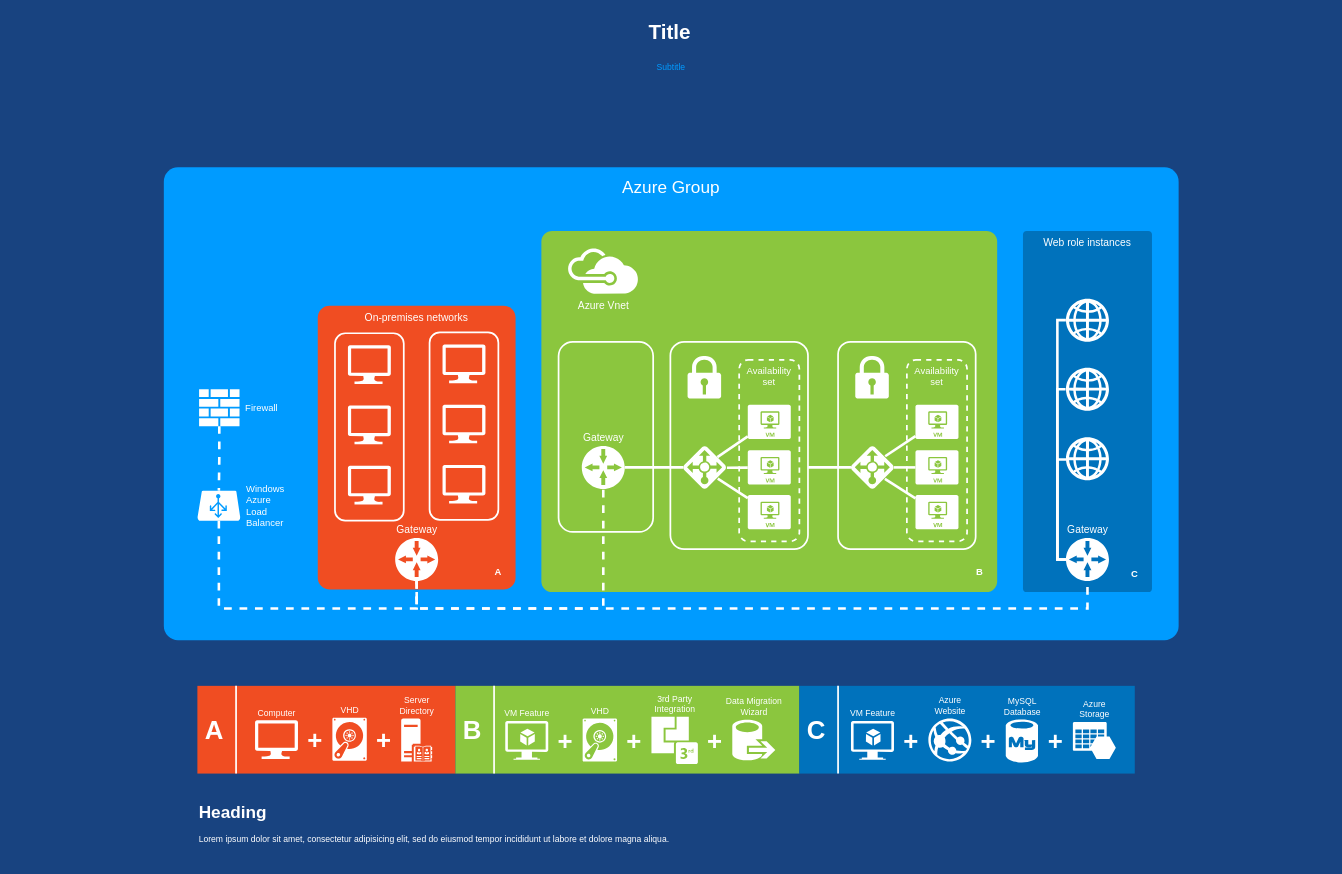
The draw.io diagram JCB.drawio in superavesh/Diagrams, before the edit. Source tidied: cells renumbered, new cells numbered last; positions are measured from the earlier drawing's top-left corner, leaving out a move shared by most shapes. Both pictures are drawn from the tidied source at 86%, with x=0, y=0 at pixel (15, 15).
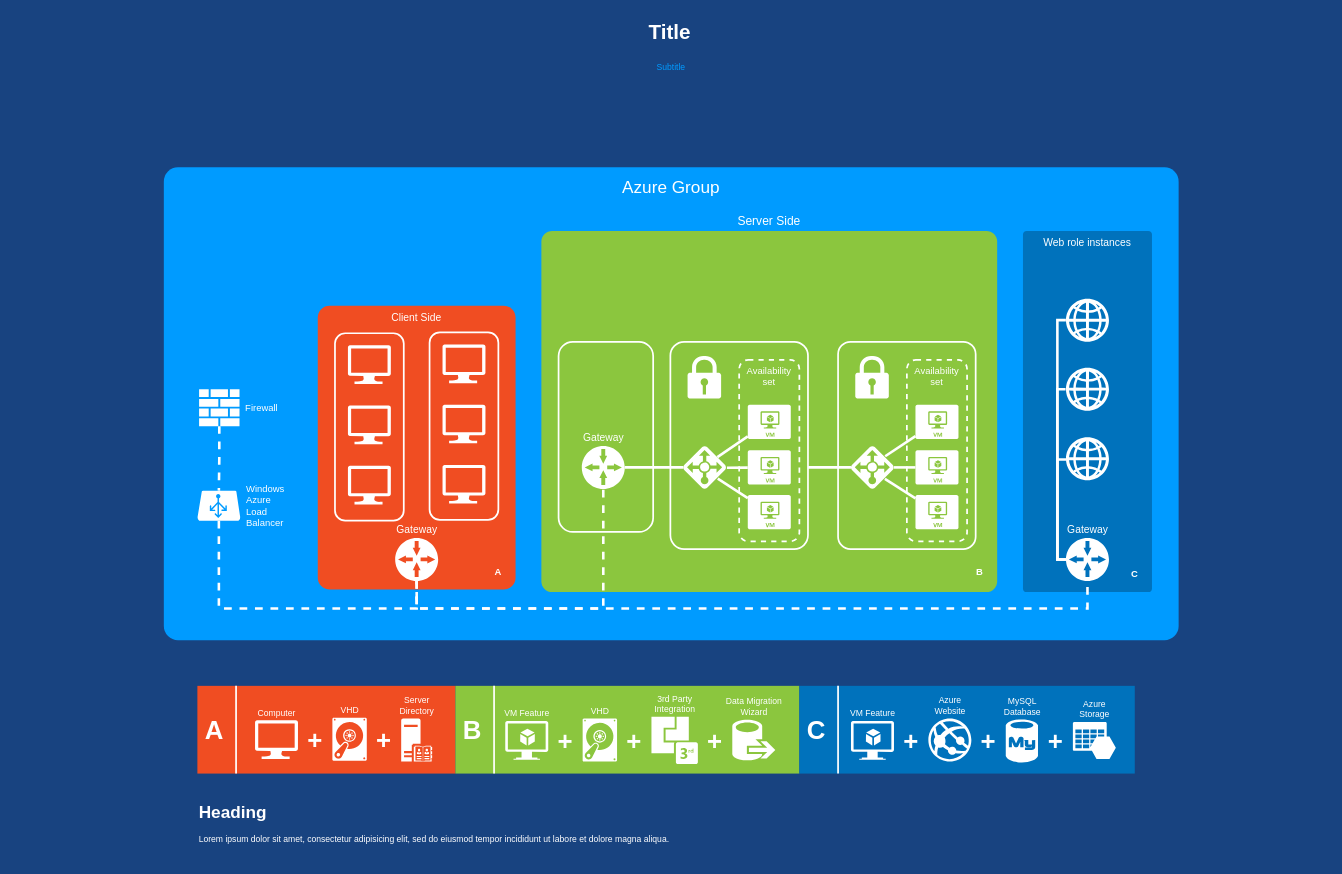
The same page after the edit.

Change to the diagram source:
```diff
@@
-    <mxCell id="4" style="rounded=1;whiteSpace=wrap;html=1;shadow=0;strokeWidth=2;fillColor=#8BC63E;fontSize=12;fontColor=#000000;align=center;strokeColor=none;arcSize=3;" parent="1" vertex="1">
+    <mxCell id="4" value="Server Side" style="rounded=1;whiteSpace=wrap;html=1;shadow=0;strokeWidth=2;fillColor=#8BC63E;fontSize=14;fontColor=#ffffff;align=center;strokeColor=none;arcSize=3;labelPosition=center;verticalLabelPosition=top;verticalAlign=bottom;labelBackgroundColor=none;" parent="1" vertex="1">
       <mxGeometry x="612" y="251" width="530" height="420" as="geometry" />
     </mxCell>
@@
-    <mxCell id="7" value="On-premises networks" style="rounded=1;whiteSpace=wrap;html=1;shadow=0;strokeWidth=2;fillColor=#F04D22;fontSize=12;fontColor=#FFFFFF;align=center;strokeColor=none;arcSize=6;verticalAlign=top;" parent="1" vertex="1">
+    <mxCell id="7" value="Client Side" style="rounded=1;whiteSpace=wrap;html=1;shadow=0;strokeWidth=2;fillColor=#F04D22;fontSize=12;fontColor=#FFFFFF;align=center;strokeColor=none;arcSize=6;verticalAlign=top;" parent="1" vertex="1">
       <mxGeometry x="352" y="338" width="230" height="330" as="geometry" />
     </mxCell>
@@
-    <mxCell id="23" value="Azure Vnet" style="shadow=0;dashed=0;html=1;strokeColor=none;fillColor=#FFFFFF;labelPosition=center;verticalLabelPosition=bottom;verticalAlign=top;shape=mxgraph.office.clouds.azure;rounded=1;fontSize=12;fontColor=#FFFFFF;align=center;" parent="1" vertex="1">
-      <mxGeometry x="642" y="271" width="83" height="53" as="geometry" />
-    </mxCell>
```
